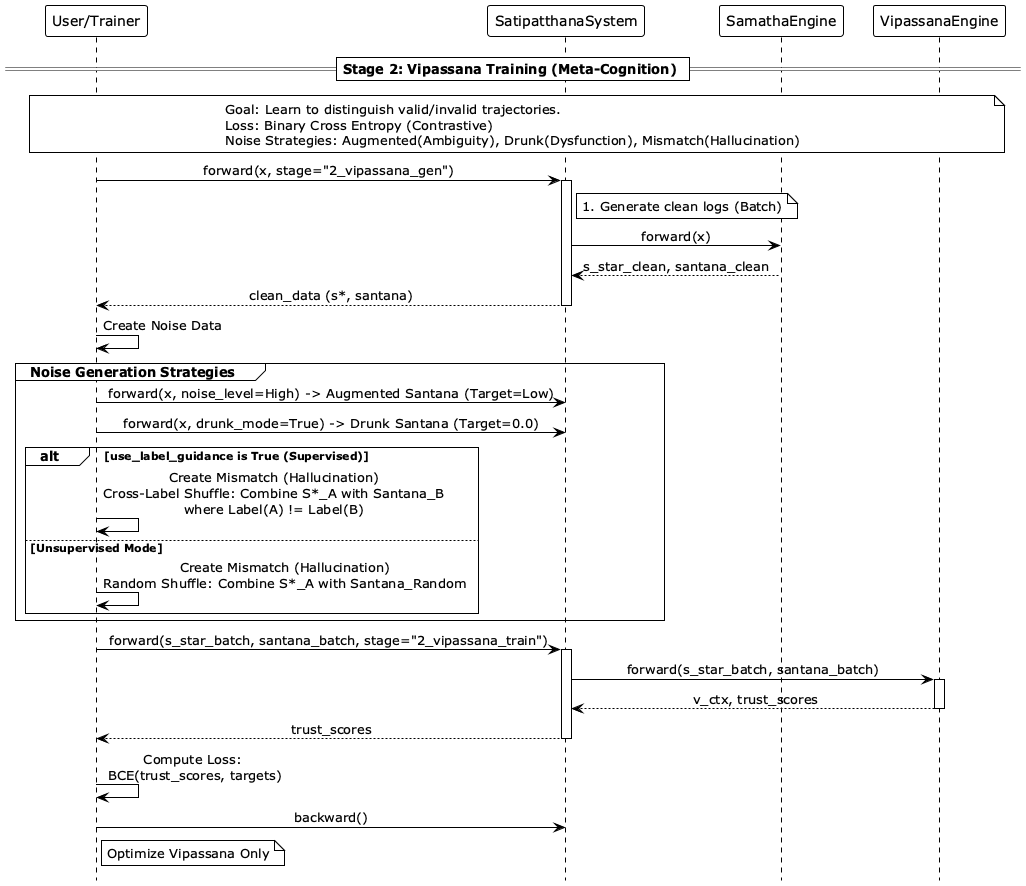
tamatebox/satipatthana-framework keeps this PlantUML diagram as docs/diagrams/images/v4_sequence_diagram_training_stage2.png. Above is the earlier version.
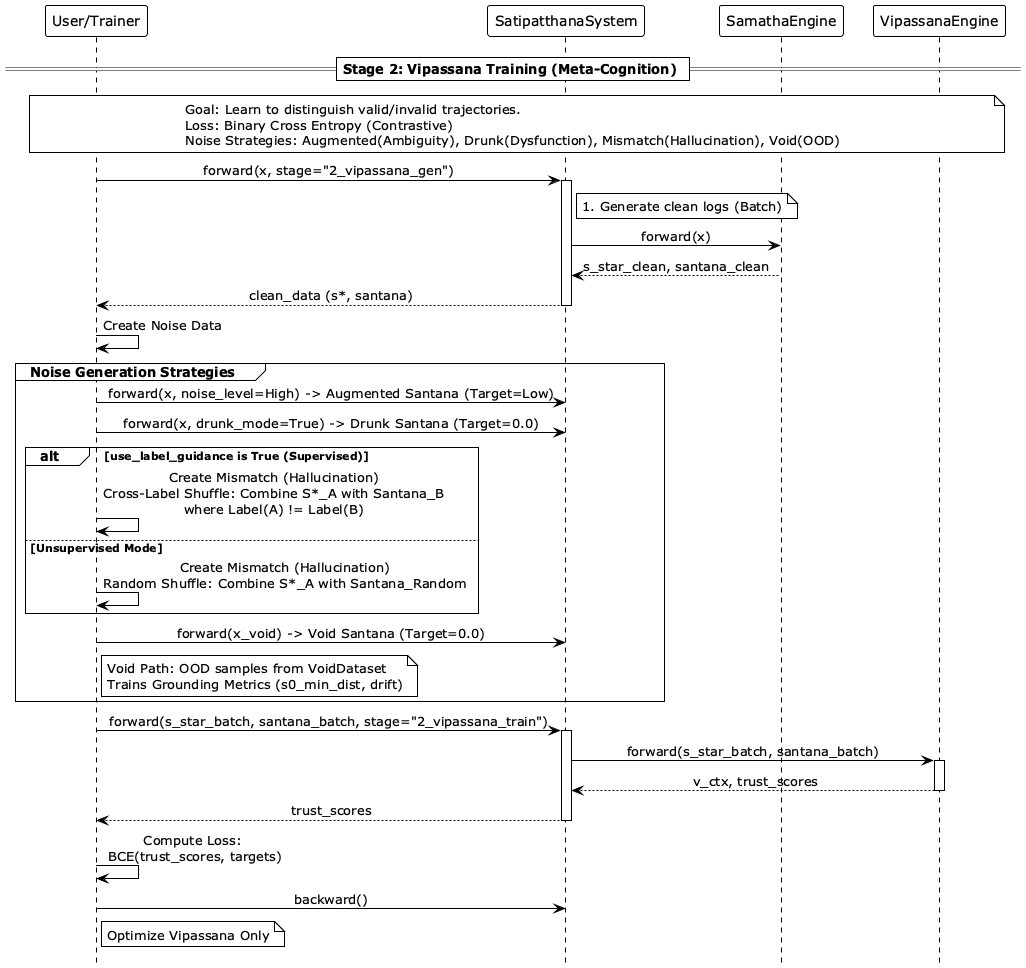
Later version of the same file.

What changed in the source:
```diff
@@ -12,7 +12,7 @@
 note over Trainer, Vipassana
 Goal: Learn to distinguish valid/invalid trajectories.
 Loss: Binary Cross Entropy (Contrastive)
-Noise Strategies: Augmented(Ambiguity), Drunk(Dysfunction), Mismatch(Hallucination)
+Noise Strategies: Augmented(Ambiguity), Drunk(Dysfunction), Mismatch(Hallucination), Void(OOD)
 end note
 
 Trainer -> System: forward(x, stage="2_vipassana_gen")
@@ -33,6 +33,12 @@
     else Unsupervised Mode
         Trainer -> Trainer: Create Mismatch (Hallucination)\nRandom Shuffle: Combine S*_A with Santana_Random
     end
+
+    Trainer -> System: forward(x_void) -> Void Santana (Target=0.0)
+    note right of Trainer
+        Void Path: OOD samples from VoidDataset
+        Trains Grounding Metrics (s0_min_dist, drift)
+    end note
 end
 
 Trainer -> System: forward(s_star_batch, santana_batch, stage="2_vipassana_train")
```
